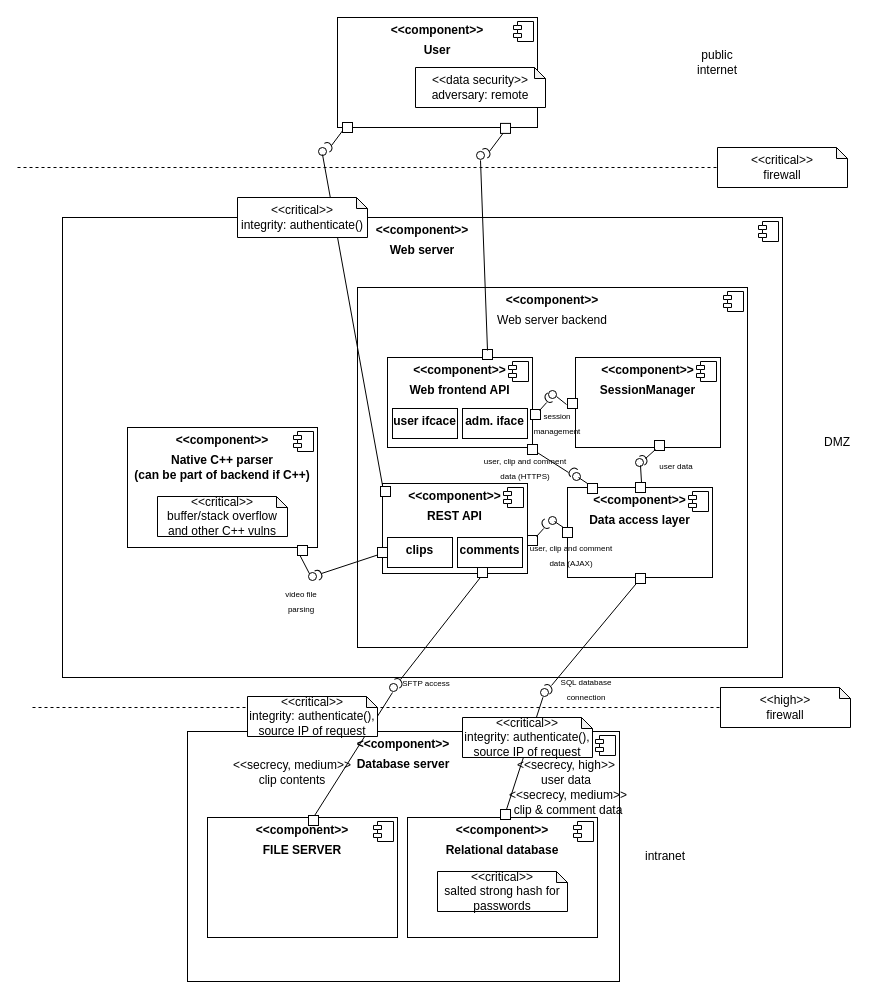
Above: diagrams/component/backend.drawio in T-bond/secure-webapp-2021 (draw.io), before the change. Source tidied: cells renumbered, new cells numbered last; positions are measured from the earlier drawing's top-left corner, leaving out a move shared by most shapes. Both pictures are drawn from the tidied source at 100%, with x=0, y=0 at pixel (17, 17).
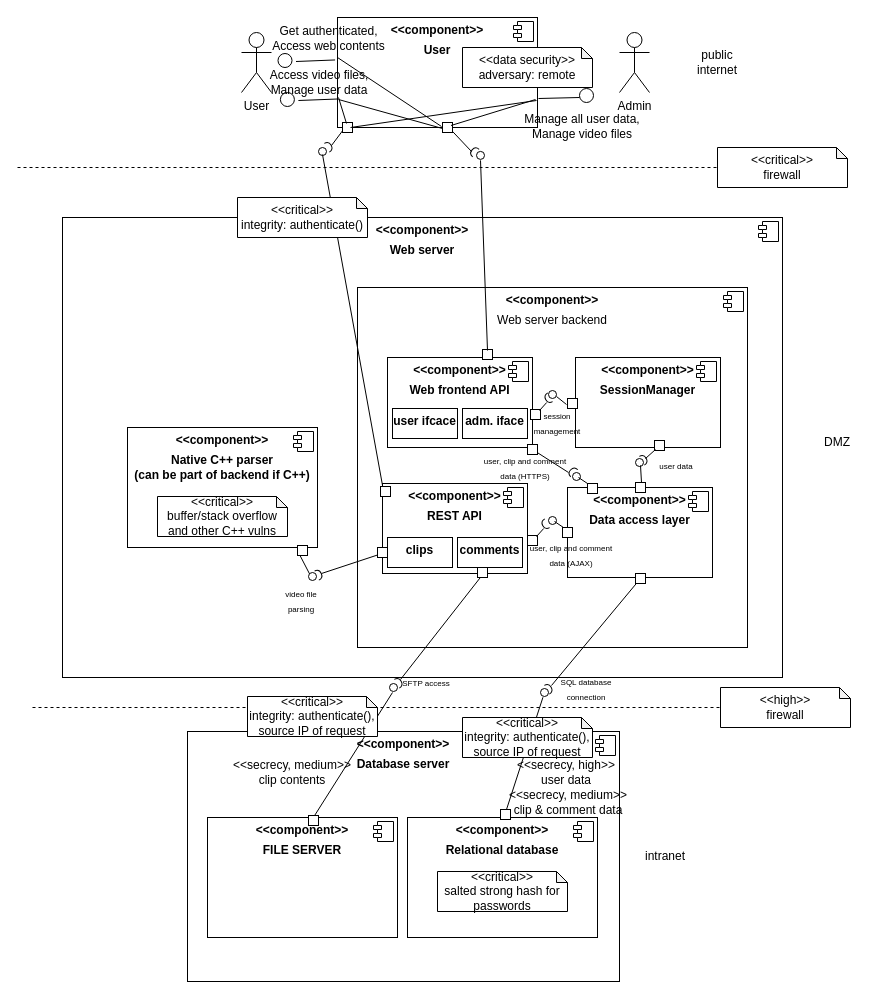
After the change.

Commit message (it also covers changes not shown here):
add use cases to the component design diagram

The change refers to these unchanged cells:
```xml
<mxCell id="28" value="&lt;p style=&quot;margin: 0px ; margin-top: 6px ; text-align: center&quot;&gt;&lt;b&gt;&amp;lt;&amp;lt;component&amp;gt;&amp;gt;&lt;/b&gt;&lt;/p&gt;&lt;p style=&quot;margin: 0px ; margin-top: 6px ; text-align: center&quot;&gt;&lt;b&gt;User&lt;/b&gt;&lt;/p&gt;" style="align=left;overflow=fill;html=1;" parent="1" vertex="1">
  <mxGeometry x="320" width="200" height="110" as="geometry" />
</mxCell>
```

What changed in the source:
```diff
@@
-    <mxCell id="63" style="shape=requiredInterface;html=1;fontSize=11;align=center;fillColor=none;verticalAlign=bottom;labelPosition=center;verticalLabelPosition=top;flipH=1;rotation=-210;" parent="1" vertex="1">
-      <mxGeometry x="467" y="129.9" width="5" height="10" as="geometry" />
+    <mxCell id="63" style="shape=requiredInterface;html=1;fontSize=11;align=center;fillColor=none;verticalAlign=bottom;labelPosition=center;verticalLabelPosition=top;flipH=1;rotation=40.19999999999999;" parent="1" vertex="1">
+      <mxGeometry x="454" y="129" width="5" height="10" as="geometry" />
     </mxCell>
     <mxCell id="64" style="endArrow=none;html=1;rounded=0;align=center;verticalAlign=top;endFill=0;labelBackgroundColor=none;endSize=2;" parent="1" edge="1">
       <mxGeometry relative="1" as="geometry">
-        <mxPoint x="487" y="113.9" as="sourcePoint" />
-        <mxPoint x="472" y="133.9" as="targetPoint" />
+        <mxPoint x="435" y="113.9" as="sourcePoint" />
+        <mxPoint x="454" y="134" as="targetPoint" />
       </mxGeometry>
     </mxCell>
     <mxCell id="65" style="html=1;rounded=0;" parent="1" vertex="1">
-      <mxGeometry x="483" y="105.9" width="10" height="10" as="geometry" />
+      <mxGeometry x="425" y="105" width="10" height="10" as="geometry" />
     </mxCell>
@@
     <mxCell id="102" value="&amp;lt;&amp;lt;data security&amp;gt;&amp;gt;&lt;br&gt;adversary: remote" style="shape=note;whiteSpace=wrap;html=1;backgroundOutline=1;darkOpacity=0.05;size=11;" parent="1" vertex="1">
-      <mxGeometry x="398" y="50" width="130" height="40" as="geometry" />
+      <mxGeometry x="445" y="30" width="130" height="40" as="geometry" />
     </mxCell>
@@
+    <mxCell id="107" value="User" style="shape=umlActor;verticalLabelPosition=bottom;verticalAlign=top;html=1;" parent="1" vertex="1">
+      <mxGeometry x="224" y="15" width="30" height="60" as="geometry" />
+    </mxCell>
+    <mxCell id="108" value="Admin" style="shape=umlActor;verticalLabelPosition=bottom;verticalAlign=top;html=1;" parent="1" vertex="1">
+      <mxGeometry x="602" y="15" width="30" height="60" as="geometry" />
+    </mxCell>
+    <mxCell id="109" style="ellipse;whiteSpace=wrap;html=1;" parent="1" vertex="1">
+      <mxGeometry x="260.5" y="36" width="14" height="14" as="geometry" />
+    </mxCell>
+    <mxCell id="110" style="endArrow=none;html=1;rounded=0;entryX=-0.012;entryY=0.386;entryDx=0;entryDy=0;entryPerimeter=0;" parent="1" edge="1" target="28">
+      <mxGeometry relative="1" as="geometry">
+        <mxPoint x="278.5" y="44" as="sourcePoint" />
+      </mxGeometry>
+    </mxCell>
+    <mxCell id="111" style="ellipse;whiteSpace=wrap;html=1;" parent="1" vertex="1">
+      <mxGeometry x="262.9" y="75" width="14" height="14" as="geometry" />
+    </mxCell>
+    <mxCell id="112" style="endArrow=none;html=1;rounded=0;entryX=-0.012;entryY=0.386;entryDx=0;entryDy=0;entryPerimeter=0;" parent="1" edge="1">
+      <mxGeometry relative="1" as="geometry">
+        <mxPoint x="280.9" y="83" as="sourcePoint" />
+        <mxPoint x="320" y="81.5" as="targetPoint" />
+      </mxGeometry>
+    </mxCell>
+    <mxCell id="113" value="Get authenticated, Access web contents" style="text;html=1;strokeColor=none;fillColor=none;align=center;verticalAlign=middle;whiteSpace=wrap;rounded=0;" parent="1" vertex="1">
+      <mxGeometry x="252.9" y="6" width="117.1" height="30" as="geometry" />
+    </mxCell>
+    <mxCell id="114" value="Access video files, Manage user data" style="text;html=1;strokeColor=none;fillColor=none;align=center;verticalAlign=middle;whiteSpace=wrap;rounded=0;" parent="1" vertex="1">
+      <mxGeometry x="249.5" y="50" width="104" height="30" as="geometry" />
+    </mxCell>
+    <mxCell id="115" style="endArrow=none;html=1;rounded=0;" parent="1" edge="1">
+      <mxGeometry relative="1" as="geometry">
+        <mxPoint x="424" y="109" as="sourcePoint" />
+        <mxPoint x="320" y="40" as="targetPoint" />
+      </mxGeometry>
+    </mxCell>
+    <mxCell id="116" style="endArrow=none;html=1;rounded=0;" parent="1" edge="1">
+      <mxGeometry relative="1" as="geometry">
+        <mxPoint x="329" y="106" as="sourcePoint" />
+        <mxPoint x="321" y="80" as="targetPoint" />
+      </mxGeometry>
+    </mxCell>
+    <mxCell id="117" style="endArrow=none;html=1;rounded=0;" parent="1" edge="1">
+      <mxGeometry relative="1" as="geometry">
+        <mxPoint x="321" y="82" as="sourcePoint" />
+        <mxPoint x="425" y="111" as="targetPoint" />
+      </mxGeometry>
+    </mxCell>
+    <mxCell id="118" style="ellipse;whiteSpace=wrap;html=1;" parent="1" vertex="1">
+      <mxGeometry x="562" y="71" width="14" height="14" as="geometry" />
+    </mxCell>
+    <mxCell id="119" style="endArrow=none;html=1;rounded=0;" parent="1" edge="1">
+      <mxGeometry relative="1" as="geometry">
+        <mxPoint x="521" y="81" as="sourcePoint" />
+        <mxPoint x="562" y="80" as="targetPoint" />
+      </mxGeometry>
+    </mxCell>
+    <mxCell id="120" value="Manage all user data, Manage video files" style="text;html=1;strokeColor=none;fillColor=none;align=center;verticalAlign=middle;whiteSpace=wrap;rounded=0;" parent="1" vertex="1">
+      <mxGeometry x="505" y="94" width="120" height="30" as="geometry" />
+    </mxCell>
+    <mxCell id="121" style="endArrow=none;html=1;rounded=0;" parent="1" edge="1">
+      <mxGeometry relative="1" as="geometry">
+        <mxPoint x="333" y="110" as="sourcePoint" />
+        <mxPoint x="519" y="83" as="targetPoint" />
+      </mxGeometry>
+    </mxCell>
+    <mxCell id="122" style="endArrow=none;html=1;rounded=0;" parent="1" edge="1">
+      <mxGeometry relative="1" as="geometry">
+        <mxPoint x="433.5" y="108" as="sourcePoint" />
+        <mxPoint x="518" y="82" as="targetPoint" />
+      </mxGeometry>
+    </mxCell>
```
